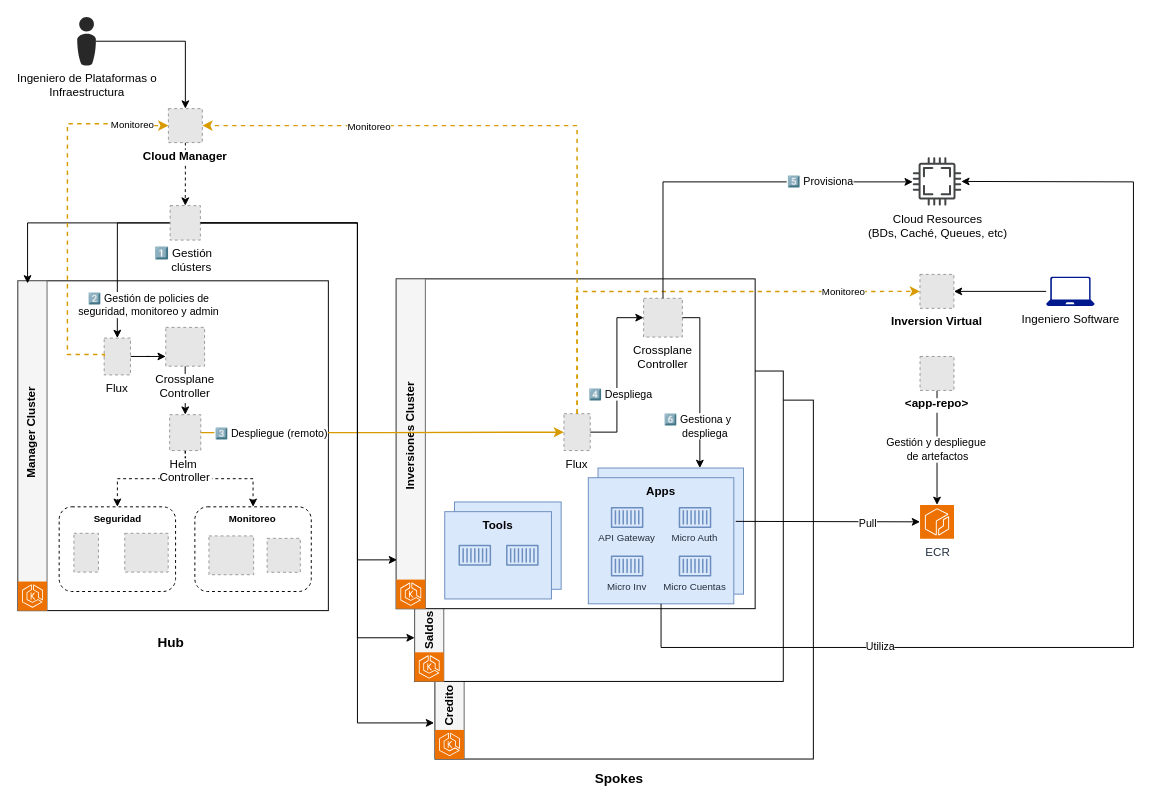
Before: page "Arq-Soluciones-GitOps" (3 of 3) of assets/esquemas.drawio in lima-demos-days/CloudManager, a draw.io diagram. Source tidied: cells renumbered, new cells numbered last; positions are measured from the earlier drawing's top-left corner, leaving out a move shared by most shapes. Both pictures are drawn from the tidied source at 97%, with x=0, y=0 at pixel (-47, 16). Pictures stored in the file or linked from it are replaced by grey dashed boxes.
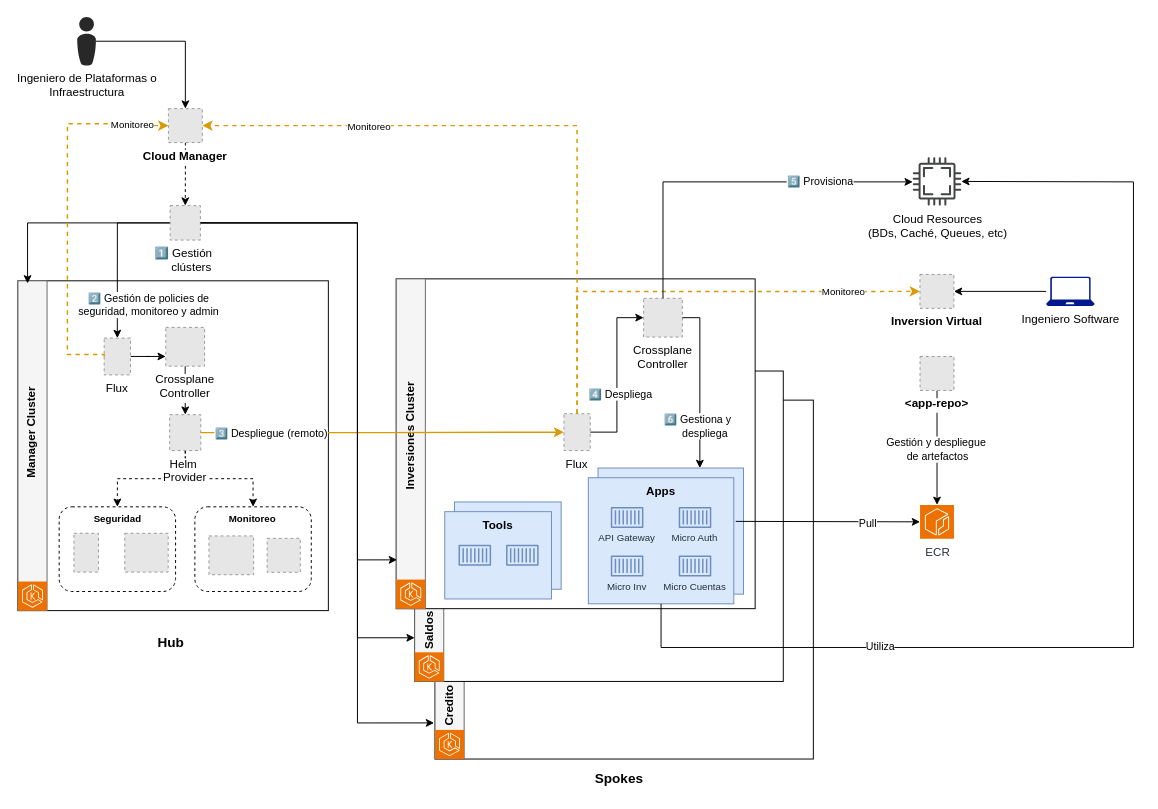
The same diagram, later.

Commit message (it also covers changes not shown here):
config: crossplane setup

Unchanged cells that the change refers to:
```xml
<mxCell id="2" style="group;" parent="1" vertex="1">
  <mxGeometry x="66" y="332" width="320" height="280" as="geometry" />
</mxCell>
```

The edit, as a diff of the source:
```diff
@@
-    <mxCell id="17" value="Helm &#10;Controller" style="fillColor=#E6E6E6;strokeColor=#999999;dashed=1;verticalLabelPosition=bottom;labelBackgroundColor=default;verticalAlign=top;" parent="2" vertex="1">
+    <mxCell id="17" value="Helm &#10;Provider" style="fillColor=#E6E6E6;strokeColor=#999999;dashed=1;verticalLabelPosition=bottom;labelBackgroundColor=default;verticalAlign=top;" parent="2" vertex="1">
       <mxGeometry x="156.4" y="78" width="32.1" height="37" as="geometry" />
     </mxCell>
```
